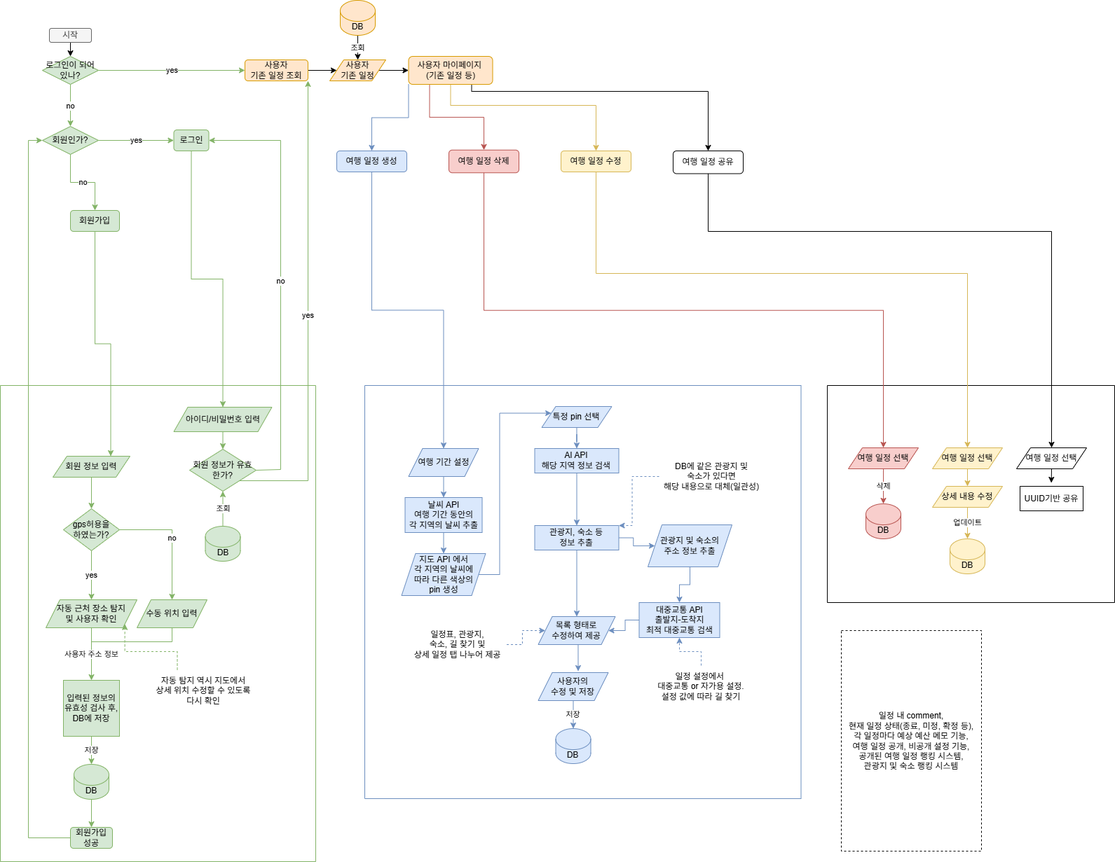
Above: trivista/자료/trivista.drawio.png in Ju-S/TIL_KDT (draw.io), before the change. Source tidied: cells renumbered, new cells last; positions are measured from the earlier drawing's top-left corner, leaving out a move shared by most shapes.
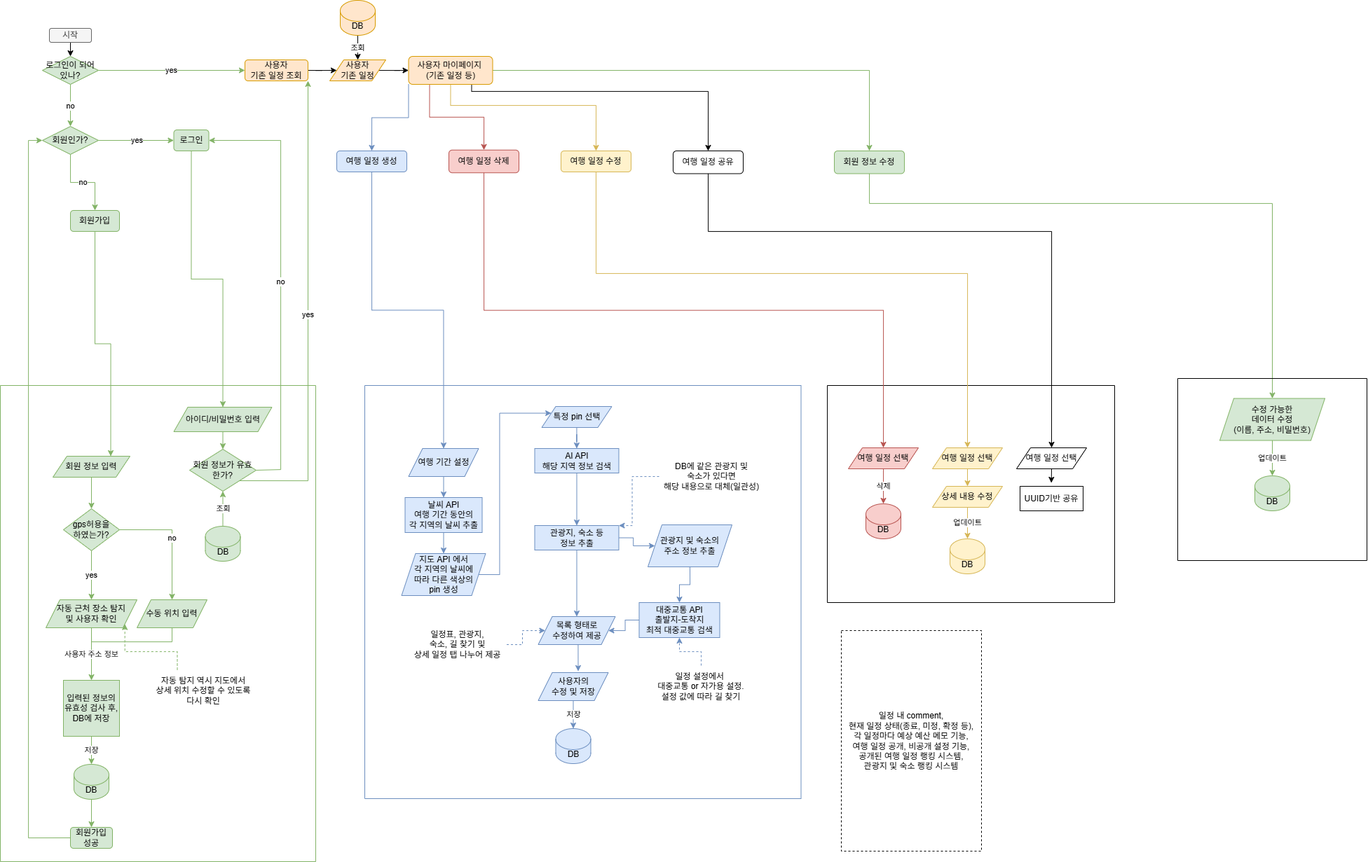
The same file after the commit.

Commit message:
trivista.drawio.png이 추가되었습니다.

What changed in the source:
```diff
@@ -36,6 +36,9 @@
         </Array>
       </mxGeometry>
     </mxCell>
+    <mxCell id="100" style="edgeStyle=orthogonalEdgeStyle;rounded=0;jettySize=auto;html=1;exitX=1;exitY=0.5;exitDx=0;exitDy=0;entryX=0.5;entryY=0;entryDx=0;entryDy=0;fillColor=#d5e8d4;strokeColor=#82b366;" parent="1" edge="1" source="10" target="102">
+      <mxGeometry relative="1" as="geometry" />
+    </mxCell>
     <mxCell id="10" value="사용자 마이페이지&amp;nbsp;&lt;div&gt;&lt;span style=&quot;background-color: transparent; color: light-dark(rgb(0, 0, 0), rgb(255, 255, 255));&quot;&gt;(기존 일정 등)&lt;/span&gt;&lt;/div&gt;" style="rounded=1;whiteSpace=wrap;html=1;fillColor=#ffe6cc;strokeColor=#d79b00;" parent="1" vertex="1">
       <mxGeometry x="582.5" y="80" width="120" height="40" as="geometry" />
     </mxCell>
@@ -342,5 +345,28 @@
     <mxCell id="99" style="edgeStyle=orthogonalEdgeStyle;rounded=0;jettySize=auto;html=1;exitX=0;exitY=0.5;exitDx=0;exitDy=0;entryX=0;entryY=0.5;entryDx=0;entryDy=0;fillColor=#d5e8d4;strokeColor=#82b366;" parent="1" edge="1" source="60" target="91">
       <mxGeometry relative="1" as="geometry" />
     </mxCell>
+    <mxCell id="101" style="edgeStyle=orthogonalEdgeStyle;rounded=0;jettySize=auto;html=1;exitX=0.5;exitY=1;exitDx=0;exitDy=0;entryX=0.5;entryY=0;entryDx=0;entryDy=0;fillColor=#d5e8d4;strokeColor=#82b366;" parent="1" edge="1" source="102" target="105">
+      <mxGeometry relative="1" as="geometry">
+        <Array as="points">
+          <mxPoint x="1240" y="290" />
+          <mxPoint x="1815" y="290" />
+        </Array>
+      </mxGeometry>
+    </mxCell>
+    <mxCell id="102" value="회원 정보 수정" style="rounded=1;whiteSpace=wrap;html=1;fillColor=#d5e8d4;strokeColor=#82b366;" parent="1" vertex="1">
+      <mxGeometry x="1190" y="215" width="100" height="32.5" as="geometry" />
+    </mxCell>
+    <mxCell id="103" style="swimlane;startSize=0;" parent="1" vertex="1">
+      <mxGeometry x="1680" y="540" width="270" height="260" as="geometry" />
+    </mxCell>
+    <mxCell id="104" value="업데이트" style="edgeStyle=orthogonalEdgeStyle;rounded=0;jettySize=auto;html=1;fillColor=#d5e8d4;strokeColor=#82b366;" parent="103" edge="1" source="105" target="106">
+      <mxGeometry relative="1" as="geometry" />
+    </mxCell>
+    <mxCell id="105" value="수정 가능한&lt;div&gt;데이터&amp;nbsp;&lt;span style=&quot;background-color: transparent; color: light-dark(rgb(0, 0, 0), rgb(255, 255, 255));&quot;&gt;수정&lt;/span&gt;&lt;/div&gt;&lt;div&gt;&lt;span style=&quot;background-color: transparent; color: light-dark(rgb(0, 0, 0), rgb(255, 255, 255));&quot;&gt;(이름, 주소, 비밀번호)&lt;/span&gt;&lt;/div&gt;" style="shape=parallelogram;perimeter=parallelogramPerimeter;whiteSpace=wrap;html=1;fixedSize=1;fillColor=#d5e8d4;strokeColor=#82b366;" parent="103" vertex="1">
+      <mxGeometry x="60" y="28.5" width="150" height="60" as="geometry" />
+    </mxCell>
+    <mxCell id="106" value="DB" style="shape=cylinder3;whiteSpace=wrap;html=1;boundedLbl=1;backgroundOutline=1;size=15;fillColor=#d5e8d4;strokeColor=#82b366;" parent="103" vertex="1">
+      <mxGeometry x="110" y="139" width="50" height="50" as="geometry" />
+    </mxCell>
   </root>
 </mxGraphModel>
```
